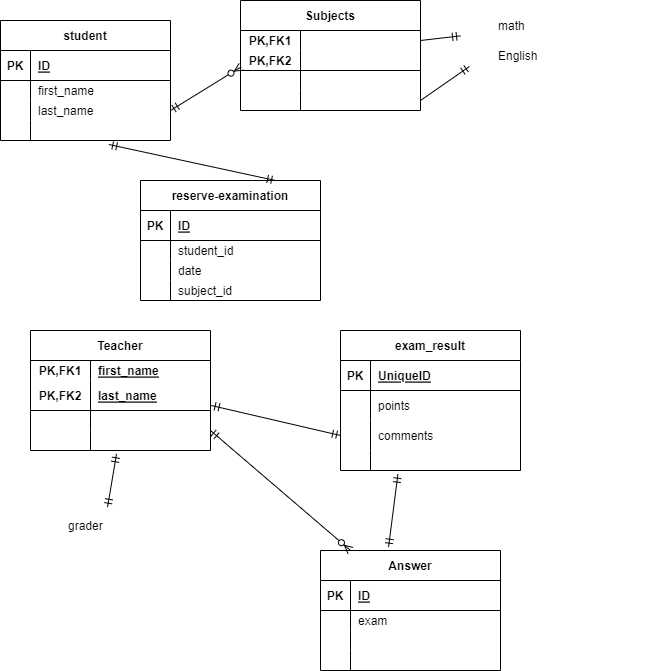
moro-ayu3/20230216_morohoshi keeps this draw.io diagram as index.drawio.png. Above is the earlier version. Source tidied: cells renumbered, new cells last; positions are measured from the earlier drawing's top-left corner, leaving out a move shared by most shapes.
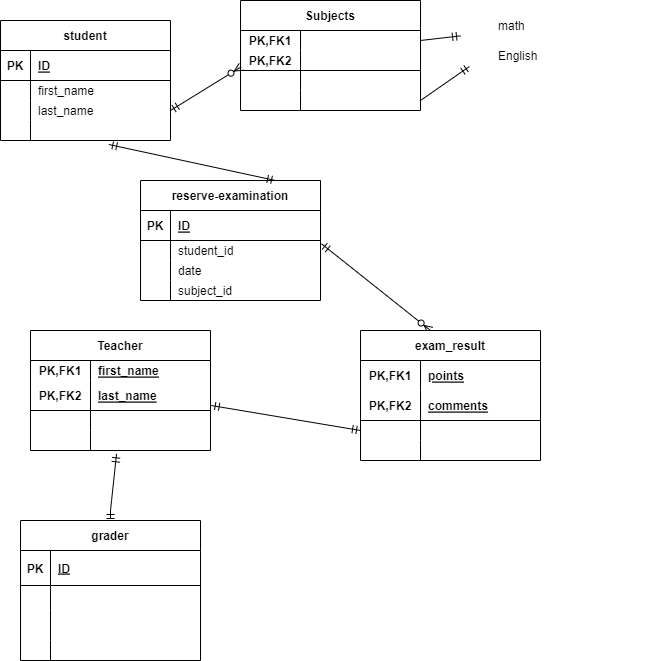
After the commit.

What changed in the source:
```diff
@@ -194,107 +194,100 @@
     <mxCell id="65" style="shape=partialRectangle;fillColor=none;top=0;left=0;bottom=0;right=0;align=left;spacingLeft=6;overflow=hidden;" parent="63" vertex="1">
       <mxGeometry x="60" width="120" height="20" as="geometry" />
     </mxCell>
-    <mxCell id="66" style="shape=table;startSize=0;rowLines=0;fontStyle=0;align=center;strokeColor=none;fillColor=none;" parent="1" vertex="1">
-      <mxGeometry x="30" y="510" width="180" height="30" as="geometry" />
-    </mxCell>
-    <mxCell id="67" style="shape=tableRow;horizontal=0;startSize=0;swimlaneHead=0;swimlaneBody=0;fillColor=none;points=[[0,0.5],[1,0.5]];portConstraint=eastwest;top=0;left=0;right=0;bottom=0;" parent="66" vertex="1">
-      <mxGeometry width="180" height="30" as="geometry" />
-    </mxCell>
-    <mxCell id="68" style="shape=partialRectangle;fillColor=none;top=0;left=0;bottom=0;right=0;overflow=hidden;" parent="67" vertex="1">
-      <mxGeometry width="30" height="30" as="geometry" />
-    </mxCell>
+    <mxCell id="70" style="fontSize=12;html=1;endArrow=ERmandOne;startArrow=ERmandOne;entryX=0.478;entryY=1.167;entryDx=0;entryDy=0;entryPerimeter=0;" parent="1" edge="1" target="63">
+      <mxGeometry relative="1" as="geometry">
+        <mxPoint x="110" y="510" as="sourcePoint" />
+        <Array as="points">
+          <mxPoint x="110" y="520" />
+          <mxPoint x="110" y="510" />
+        </Array>
+      </mxGeometry>
+    </mxCell>
+    <mxCell id="99" style="fontSize=12;html=1;endArrow=ERmandOne;startArrow=ERmandOne;exitX=1.004;exitY=0.833;exitDx=0;exitDy=0;exitPerimeter=0;entryX=0;entryY=0.5;entryDx=0;entryDy=0;" parent="1" edge="1" source="57" target="105">
+      <mxGeometry relative="1" as="geometry" />
+    </mxCell>
+    <mxCell id="100" style="fontSize=12;html=1;endArrow=ERzeroToMany;startArrow=ERmandOne;exitX=1.006;exitY=0.167;exitDx=0;exitDy=0;exitPerimeter=0;" parent="1" edge="1" source="19">
+      <mxGeometry relative="1" as="geometry">
+        <mxPoint x="430" y="330" as="targetPoint" />
+      </mxGeometry>
+    </mxCell>
+    <mxCell id="71" value="exam_result" style="shape=table;startSize=30;rowLines=0;fontStyle=1;align=center;" parent="1" vertex="1">
+      <mxGeometry x="360" y="330" width="180" height="130" as="geometry" />
+    </mxCell>
+    <mxCell id="101" style="shape=tableRow;horizontal=0;startSize=0;swimlaneHead=0;swimlaneBody=0;fillColor=none;top=0;left=0;right=0;bottom=0;" parent="71" vertex="1">
+      <mxGeometry y="30" width="180" height="30" as="geometry" />
+    </mxCell>
+    <mxCell id="102" value="PK,FK1" style="shape=partialRectangle;fillColor=none;top=0;left=0;bottom=0;right=0;fontStyle=1;overflow=hidden;" parent="101" vertex="1">
+      <mxGeometry width="60" height="30" as="geometry" />
+    </mxCell>
+    <mxCell id="77" value="points" style="shape=partialRectangle;fillColor=none;top=0;left=0;bottom=0;right=0;align=left;spacingLeft=6;fontStyle=5;overflow=hidden;" parent="101" vertex="1">
+      <mxGeometry x="60" width="120" height="30" as="geometry" />
+    </mxCell>
+    <mxCell id="103" style="shape=tableRow;horizontal=0;startSize=0;swimlaneHead=0;swimlaneBody=0;fillColor=none;top=0;left=0;right=0;bottom=1;" parent="71" vertex="1">
+      <mxGeometry y="60" width="180" height="30" as="geometry" />
+    </mxCell>
+    <mxCell id="104" value="PK,FK2" style="shape=partialRectangle;fillColor=none;top=0;left=0;bottom=0;right=0;fontStyle=1;overflow=hidden;" parent="103" vertex="1">
+      <mxGeometry width="60" height="30" as="geometry" />
+    </mxCell>
+    <mxCell id="80" value="comments" style="shape=partialRectangle;fillColor=none;top=0;left=0;bottom=0;right=0;align=left;spacingLeft=6;fontStyle=5;overflow=hidden;" parent="103" vertex="1">
+      <mxGeometry x="60" width="120" height="30" as="geometry" />
+    </mxCell>
+    <mxCell id="105" style="shape=tableRow;horizontal=0;startSize=0;swimlaneHead=0;swimlaneBody=0;fillColor=none;points=[[0,0.5],[1,0.5]];portConstraint=eastwest;top=0;left=0;right=0;bottom=0;" parent="71" vertex="1">
+      <mxGeometry y="90" width="180" height="20" as="geometry" />
+    </mxCell>
+    <mxCell id="106" style="shape=partialRectangle;fillColor=none;top=0;left=0;bottom=0;right=0;overflow=hidden;" parent="105" vertex="1">
+      <mxGeometry width="60" height="20" as="geometry" />
+    </mxCell>
+    <mxCell id="107" style="shape=partialRectangle;fillColor=none;top=0;left=0;bottom=0;right=0;align=left;spacingLeft=6;overflow=hidden;" parent="105" vertex="1">
+      <mxGeometry x="60" width="120" height="20" as="geometry" />
+    </mxCell>
+    <mxCell id="108" style="shape=tableRow;horizontal=0;startSize=0;swimlaneHead=0;swimlaneBody=0;fillColor=none;top=0;left=0;right=0;bottom=0;" parent="71" vertex="1">
+      <mxGeometry y="110" width="180" height="20" as="geometry" />
+    </mxCell>
+    <mxCell id="109" style="shape=partialRectangle;fillColor=none;top=0;left=0;bottom=0;right=0;overflow=hidden;" parent="108" vertex="1">
+      <mxGeometry width="60" height="20" as="geometry" />
+    </mxCell>
+    <mxCell id="110" style="shape=partialRectangle;fillColor=none;top=0;left=0;bottom=0;right=0;align=left;spacingLeft=6;overflow=hidden;" parent="108" vertex="1">
+      <mxGeometry x="60" width="120" height="20" as="geometry" />
+    </mxCell>
-    <mxCell id="69" value="grader" style="shape=partialRectangle;fillColor=none;top=0;left=0;bottom=0;right=0;align=left;spacingLeft=6;overflow=hidden;" parent="67" vertex="1">
-      <mxGeometry x="30" width="150" height="30" as="geometry" />
+    <mxCell id="69" value="grader" style="shape=table;startSize=30;rowLines=0;fontStyle=1;align=center;" parent="1" vertex="1">
+      <mxGeometry x="20" y="520" width="180" height="140" as="geometry" />
     </mxCell>
-    <mxCell id="70" style="fontSize=12;html=1;endArrow=ERmandOne;startArrow=ERmandOne;entryX=0.478;entryY=1.167;entryDx=0;entryDy=0;entryPerimeter=0;exitX=0.428;exitY=-0.111;exitDx=0;exitDy=0;exitPerimeter=0;" parent="1" edge="1" source="67" target="63">
-      <mxGeometry relative="1" as="geometry" />
-    </mxCell>
-    <mxCell id="71" value="exam_result" style="shape=table;startSize=30;rowLines=0;fontStyle=1;align=center;" parent="1" vertex="1">
-      <mxGeometry x="340" y="330" width="180" height="140" as="geometry" />
-    </mxCell>
-    <mxCell id="72" style="shape=tableRow;horizontal=0;startSize=0;swimlaneHead=0;swimlaneBody=0;fillColor=none;top=0;left=0;right=0;bottom=1;" parent="71" vertex="1">
-      <mxGeometry y="30" width="180" height="30" as="geometry" />
-    </mxCell>
-    <mxCell id="73" value="PK" style="shape=partialRectangle;fillColor=none;top=0;left=0;bottom=0;right=0;fontStyle=1;overflow=hidden;" parent="72" vertex="1">
-      <mxGeometry width="30" height="30" as="geometry" />
-    </mxCell>
-    <mxCell id="74" value="UniqueID" style="shape=partialRectangle;fillColor=none;top=0;left=0;bottom=0;right=0;align=left;spacingLeft=6;fontStyle=5;overflow=hidden;" parent="72" vertex="1">
-      <mxGeometry x="30" width="150" height="30" as="geometry" />
-    </mxCell>
-    <mxCell id="75" style="shape=tableRow;horizontal=0;startSize=0;swimlaneHead=0;swimlaneBody=0;fillColor=none;top=0;left=0;right=0;bottom=0;" parent="71" vertex="1">
-      <mxGeometry y="60" width="180" height="30" as="geometry" />
-    </mxCell>
-    <mxCell id="76" style="shape=partialRectangle;fillColor=none;top=0;left=0;bottom=0;right=0;overflow=hidden;" parent="75" vertex="1">
-      <mxGeometry width="30" height="30" as="geometry" />
-    </mxCell>
-    <mxCell id="77" value="points" style="shape=partialRectangle;fillColor=none;top=0;left=0;bottom=0;right=0;align=left;spacingLeft=6;overflow=hidden;" parent="75" vertex="1">
-      <mxGeometry x="30" width="150" height="30" as="geometry" />
-    </mxCell>
+    <mxCell id="111" style="shape=tableRow;horizontal=0;startSize=0;swimlaneHead=0;swimlaneBody=0;fillColor=none;top=0;left=0;right=0;bottom=1;" parent="69" vertex="1">
+      <mxGeometry y="30" width="180" height="35" as="geometry" />
+    </mxCell>
+    <mxCell id="112" value="PK" style="shape=partialRectangle;fillColor=none;top=0;left=0;bottom=0;right=0;fontStyle=1;overflow=hidden;" parent="111" vertex="1">
+      <mxGeometry width="30" height="35" as="geometry" />
+    </mxCell>
+    <mxCell id="87" value="ID" style="shape=partialRectangle;fillColor=none;top=0;left=0;bottom=0;right=0;align=left;spacingLeft=6;fontStyle=5;overflow=hidden;" parent="111" vertex="1">
+      <mxGeometry x="30" width="150" height="35" as="geometry" />
+    </mxCell>
+    <mxCell id="113" style="shape=tableRow;horizontal=0;startSize=0;swimlaneHead=0;swimlaneBody=0;fillColor=none;top=0;left=0;right=0;bottom=0;" parent="69" vertex="1">
+      <mxGeometry y="65" width="180" height="25" as="geometry" />
+    </mxCell>
+    <mxCell id="114" style="shape=partialRectangle;fillColor=none;top=0;left=0;bottom=0;right=0;overflow=hidden;" parent="113" vertex="1">
+      <mxGeometry width="30" height="25" as="geometry" />
+    </mxCell>
+    <mxCell id="115" style="shape=partialRectangle;fillColor=none;top=0;left=0;bottom=0;right=0;align=left;spacingLeft=6;overflow=hidden;" parent="113" vertex="1">
+      <mxGeometry x="30" width="150" height="25" as="geometry" />
+    </mxCell>
-    <mxCell id="78" style="shape=tableRow;horizontal=0;startSize=0;swimlaneHead=0;swimlaneBody=0;fillColor=none;points=[[0,0.5],[1,0.5]];portConstraint=eastwest;top=0;left=0;right=0;bottom=0;" parent="71" vertex="1">
+    <mxCell id="78" style="shape=tableRow;horizontal=0;startSize=0;swimlaneHead=0;swimlaneBody=0;fillColor=none;points=[[0,0.5],[1,0.5]];portConstraint=eastwest;top=0;left=0;right=0;bottom=0;" parent="69" vertex="1">
       <mxGeometry y="90" width="180" height="30" as="geometry" />
     </mxCell>
-    <mxCell id="79" style="shape=partialRectangle;fillColor=none;top=0;left=0;bottom=0;right=0;overflow=hidden;" parent="78" vertex="1">
-      <mxGeometry width="30" height="30" as="geometry" />
-    </mxCell>
-    <mxCell id="80" value="comments" style="shape=partialRectangle;fillColor=none;top=0;left=0;bottom=0;right=0;align=left;spacingLeft=6;overflow=hidden;" parent="78" vertex="1">
-      <mxGeometry x="30" width="150" height="30" as="geometry" />
-    </mxCell>
+    <mxCell id="116" style="shape=partialRectangle;fillColor=none;top=0;left=0;bottom=0;right=0;overflow=hidden;" parent="78" vertex="1">
+      <mxGeometry width="30" height="30" as="geometry" />
+    </mxCell>
+    <mxCell id="117" style="shape=partialRectangle;fillColor=none;top=0;left=0;bottom=0;right=0;align=left;spacingLeft=6;overflow=hidden;" parent="78" vertex="1">
+      <mxGeometry x="30" width="150" height="30" as="geometry" />
+    </mxCell>
-    <mxCell id="81" style="shape=tableRow;horizontal=0;startSize=0;swimlaneHead=0;swimlaneBody=0;fillColor=none;points=[[0,0.5],[1,0.5]];portConstraint=eastwest;top=0;left=0;right=0;bottom=0;" parent="71" vertex="1">
+    <mxCell id="81" style="shape=tableRow;horizontal=0;startSize=0;swimlaneHead=0;swimlaneBody=0;fillColor=none;points=[[0,0.5],[1,0.5]];portConstraint=eastwest;top=0;left=0;right=0;bottom=0;" parent="69" vertex="1">
       <mxGeometry y="120" width="180" height="20" as="geometry" />
     </mxCell>
-    <mxCell id="82" style="shape=partialRectangle;fillColor=none;top=0;left=0;bottom=0;right=0;overflow=hidden;" parent="81" vertex="1">
-      <mxGeometry width="30" height="20" as="geometry" />
-    </mxCell>
-    <mxCell id="83" style="shape=partialRectangle;fillColor=none;top=0;left=0;bottom=0;right=0;align=left;spacingLeft=6;overflow=hidden;" parent="81" vertex="1">
-      <mxGeometry x="30" width="150" height="20" as="geometry" />
-    </mxCell>
-    <mxCell id="84" value="Answer" style="shape=table;startSize=30;rowLines=0;fontStyle=1;align=center;" parent="1" vertex="1">
-      <mxGeometry x="320" y="550" width="180" height="120" as="geometry" />
-    </mxCell>
-    <mxCell id="85" style="shape=tableRow;horizontal=0;startSize=0;swimlaneHead=0;swimlaneBody=0;fillColor=none;top=0;left=0;right=0;bottom=1;" parent="84" vertex="1">
-      <mxGeometry y="30" width="180" height="30" as="geometry" />
-    </mxCell>
-    <mxCell id="86" value="PK" style="shape=partialRectangle;fillColor=none;top=0;left=0;bottom=0;right=0;fontStyle=1;overflow=hidden;" parent="85" vertex="1">
-      <mxGeometry width="30" height="30" as="geometry" />
-    </mxCell>
-    <mxCell id="87" value="ID" style="shape=partialRectangle;fillColor=none;top=0;left=0;bottom=0;right=0;align=left;spacingLeft=6;fontStyle=5;overflow=hidden;" parent="85" vertex="1">
-      <mxGeometry x="30" width="150" height="30" as="geometry" />
-    </mxCell>
-    <mxCell id="88" style="shape=tableRow;horizontal=0;startSize=0;swimlaneHead=0;swimlaneBody=0;fillColor=none;top=0;left=0;right=0;bottom=0;" parent="84" vertex="1">
-      <mxGeometry y="60" width="180" height="20" as="geometry" />
-    </mxCell>
-    <mxCell id="89" style="shape=partialRectangle;fillColor=none;top=0;left=0;bottom=0;right=0;overflow=hidden;" parent="88" vertex="1">
-      <mxGeometry width="30" height="20" as="geometry" />
-    </mxCell>
-    <mxCell id="90" value="exam" style="shape=partialRectangle;fillColor=none;top=0;left=0;bottom=0;right=0;align=left;spacingLeft=6;overflow=hidden;" parent="88" vertex="1">
-      <mxGeometry x="30" width="150" height="20" as="geometry" />
-    </mxCell>
-    <mxCell id="91" style="shape=tableRow;horizontal=0;startSize=0;swimlaneHead=0;swimlaneBody=0;fillColor=none;top=0;left=0;right=0;bottom=0;" parent="84" vertex="1">
-      <mxGeometry y="80" width="180" height="20" as="geometry" />
-    </mxCell>
-    <mxCell id="92" style="shape=partialRectangle;fillColor=none;top=0;left=0;bottom=0;right=0;overflow=hidden;" parent="91" vertex="1">
-      <mxGeometry width="30" height="20" as="geometry" />
-    </mxCell>
-    <mxCell id="93" style="shape=partialRectangle;fillColor=none;top=0;left=0;bottom=0;right=0;align=left;spacingLeft=6;overflow=hidden;" parent="91" vertex="1">
-      <mxGeometry x="30" width="150" height="20" as="geometry" />
-    </mxCell>
-    <mxCell id="94" style="shape=tableRow;horizontal=0;startSize=0;swimlaneHead=0;swimlaneBody=0;fillColor=none;top=0;left=0;right=0;bottom=0;" parent="84" vertex="1">
-      <mxGeometry y="100" width="180" height="20" as="geometry" />
-    </mxCell>
-    <mxCell id="95" style="shape=partialRectangle;fillColor=none;top=0;left=0;bottom=0;right=0;overflow=hidden;" parent="94" vertex="1">
-      <mxGeometry width="30" height="20" as="geometry" />
-    </mxCell>
-    <mxCell id="96" style="shape=partialRectangle;fillColor=none;top=0;left=0;bottom=0;right=0;align=left;spacingLeft=6;overflow=hidden;" parent="94" vertex="1">
-      <mxGeometry x="30" width="150" height="20" as="geometry" />
-    </mxCell>
-    <mxCell id="97" style="fontSize=12;html=1;endArrow=ERmandOne;startArrow=ERmandOne;entryX=0.319;entryY=1.183;entryDx=0;entryDy=0;entryPerimeter=0;exitX=0.378;exitY=-0.028;exitDx=0;exitDy=0;exitPerimeter=0;" parent="1" edge="1" source="84" target="81">
-      <mxGeometry relative="1" as="geometry" />
-    </mxCell>
-    <mxCell id="98" style="fontSize=12;html=1;endArrow=ERzeroToMany;startArrow=ERmandOne;entryX=0.167;entryY=0;entryDx=0;entryDy=0;entryPerimeter=0;exitX=1;exitY=0;exitDx=0;exitDy=0;exitPerimeter=0;" parent="1" edge="1" source="63" target="84">
-      <mxGeometry relative="1" as="geometry" />
-    </mxCell>
-    <mxCell id="99" style="fontSize=12;html=1;endArrow=ERmandOne;startArrow=ERmandOne;exitX=1.004;exitY=0.833;exitDx=0;exitDy=0;exitPerimeter=0;entryX=0;entryY=0.5;entryDx=0;entryDy=0;" parent="1" edge="1" source="57" target="78">
-      <mxGeometry relative="1" as="geometry" />
-    </mxCell>
+    <mxCell id="118" style="shape=partialRectangle;fillColor=none;top=0;left=0;bottom=0;right=0;overflow=hidden;" parent="81" vertex="1">
+      <mxGeometry width="30" height="20" as="geometry" />
+    </mxCell>
+    <mxCell id="119" style="shape=partialRectangle;fillColor=none;top=0;left=0;bottom=0;right=0;align=left;spacingLeft=6;overflow=hidden;" parent="81" vertex="1">
+      <mxGeometry x="30" width="150" height="20" as="geometry" />
+    </mxCell>
   </root>
 </mxGraphModel>
```
